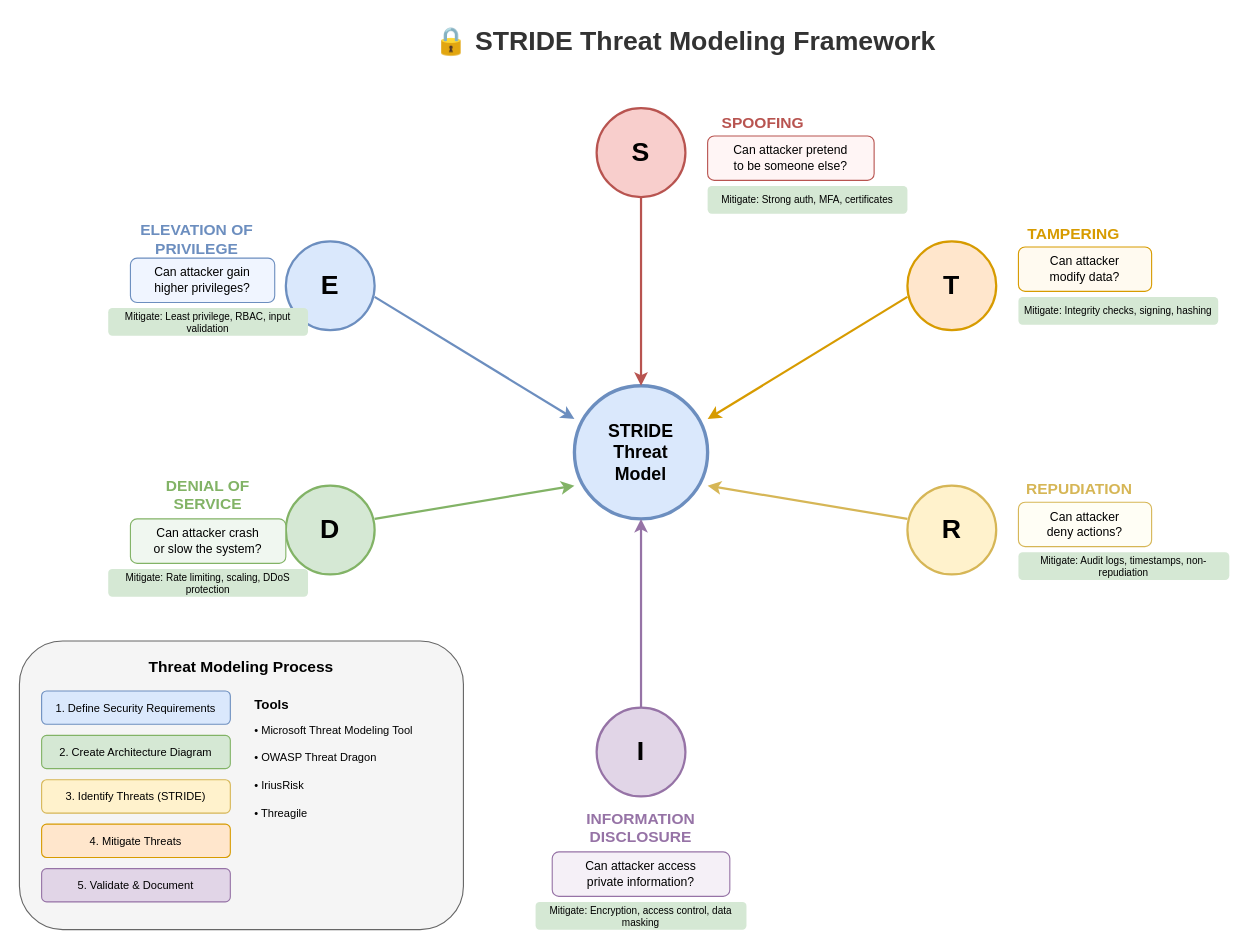
The draw.io diagram lesson-06-security/diagrams/1.2-stride-threat-model.drawio in MrParkerZ7/document-lesson-software-architect-x-claude, before the edit. Source tidied: cells renumbered, new cells numbered last; positions are measured from the earlier drawing's top-left corner, leaving out a move shared by most shapes. Both pictures are drawn from the tidied source at 111%, with x=0, y=0 at pixel (19, 19).
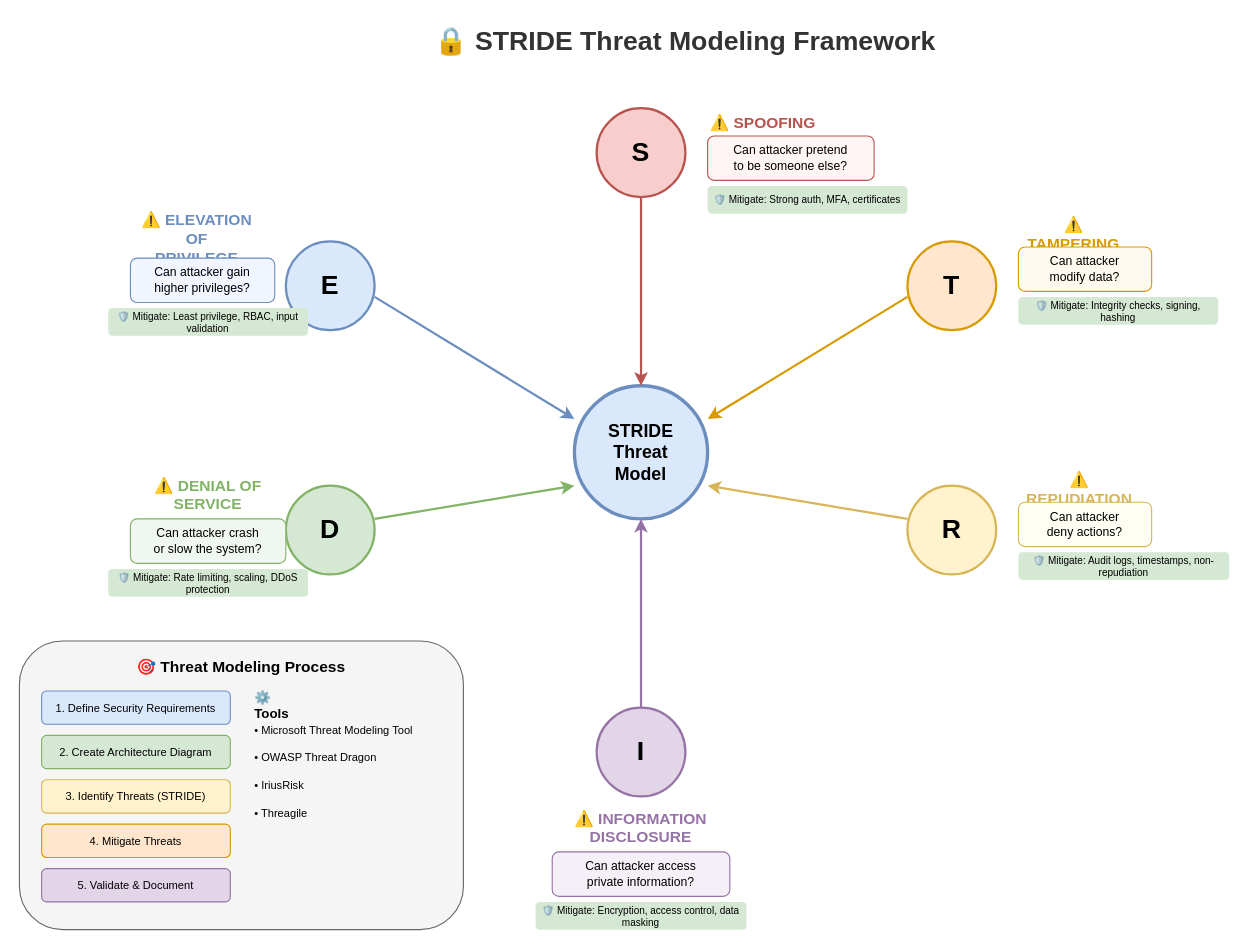
The same diagram, later.

What changed in the source:
```diff
@@
-    <mxCell id="5" value="SPOOFING" style="text;html=1;strokeColor=none;fillColor=none;align=center;verticalAlign=middle;whiteSpace=wrap;rounded=0;fontSize=14;fontStyle=1;fontColor=#b85450;" parent="1" vertex="1">
+    <mxCell id="5" value="⚠️ SPOOFING" style="text;html=1;strokeColor=none;fillColor=none;align=center;verticalAlign=middle;whiteSpace=wrap;rounded=0;fontSize=14;fontStyle=1;fontColor=#b85450;" parent="1" vertex="1">
       <mxGeometry x="620" y="80" width="100" height="25" as="geometry" />
     </mxCell>
@@
-    <mxCell id="7" value="Mitigate: Strong auth, MFA, certificates" style="text;html=1;strokeColor=none;fillColor=#d5e8d4;align=center;verticalAlign=middle;whiteSpace=wrap;rounded=1;fontSize=9;" parent="1" vertex="1">
+    <mxCell id="7" value="🛡️ Mitigate: Strong auth, MFA, certificates" style="text;html=1;strokeColor=none;fillColor=#d5e8d4;align=center;verticalAlign=middle;whiteSpace=wrap;rounded=1;fontSize=9;" parent="1" vertex="1">
       <mxGeometry x="620" y="150" width="180" height="25" as="geometry" />
     </mxCell>
@@
-    <mxCell id="10" value="TAMPERING" style="text;html=1;strokeColor=none;fillColor=none;align=center;verticalAlign=middle;whiteSpace=wrap;rounded=0;fontSize=14;fontStyle=1;fontColor=#d79b00;" parent="1" vertex="1">
+    <mxCell id="10" value="⚠️ TAMPERING" style="text;html=1;strokeColor=none;fillColor=none;align=center;verticalAlign=middle;whiteSpace=wrap;rounded=0;fontSize=14;fontStyle=1;fontColor=#d79b00;" parent="1" vertex="1">
       <mxGeometry x="900" y="180" width="100" height="25" as="geometry" />
     </mxCell>
@@
-    <mxCell id="12" value="Mitigate: Integrity checks, signing, hashing" style="text;html=1;strokeColor=none;fillColor=#d5e8d4;align=center;verticalAlign=middle;whiteSpace=wrap;rounded=1;fontSize=9;" parent="1" vertex="1">
+    <mxCell id="12" value="🛡️ Mitigate: Integrity checks, signing, hashing" style="text;html=1;strokeColor=none;fillColor=#d5e8d4;align=center;verticalAlign=middle;whiteSpace=wrap;rounded=1;fontSize=9;" parent="1" vertex="1">
       <mxGeometry x="900" y="250" width="180" height="25" as="geometry" />
     </mxCell>
@@
-    <mxCell id="15" value="REPUDIATION" style="text;html=1;strokeColor=none;fillColor=none;align=center;verticalAlign=middle;whiteSpace=wrap;rounded=0;fontSize=14;fontStyle=1;fontColor=#d6b656;" parent="1" vertex="1">
+    <mxCell id="15" value="⚠️ REPUDIATION" style="text;html=1;strokeColor=none;fillColor=none;align=center;verticalAlign=middle;whiteSpace=wrap;rounded=0;fontSize=14;fontStyle=1;fontColor=#d6b656;" parent="1" vertex="1">
       <mxGeometry x="900" y="410" width="110" height="25" as="geometry" />
     </mxCell>
@@
-    <mxCell id="17" value="Mitigate: Audit logs, timestamps, non-repudiation" style="text;html=1;strokeColor=none;fillColor=#d5e8d4;align=center;verticalAlign=middle;whiteSpace=wrap;rounded=1;fontSize=9;" parent="1" vertex="1">
+    <mxCell id="17" value="🛡️ Mitigate: Audit logs, timestamps, non-repudiation" style="text;html=1;strokeColor=none;fillColor=#d5e8d4;align=center;verticalAlign=middle;whiteSpace=wrap;rounded=1;fontSize=9;" parent="1" vertex="1">
       <mxGeometry x="900" y="480" width="190" height="25" as="geometry" />
     </mxCell>
@@
-    <mxCell id="20" value="INFORMATION&#10;DISCLOSURE" style="text;html=1;strokeColor=none;fillColor=none;align=center;verticalAlign=middle;whiteSpace=wrap;rounded=0;fontSize=14;fontStyle=1;fontColor=#9673a6;" parent="1" vertex="1">
+    <mxCell id="20" value="⚠️ INFORMATION&#10;DISCLOSURE" style="text;html=1;strokeColor=none;fillColor=none;align=center;verticalAlign=middle;whiteSpace=wrap;rounded=0;fontSize=14;fontStyle=1;fontColor=#9673a6;" parent="1" vertex="1">
       <mxGeometry x="490" y="710" width="140" height="35" as="geometry" />
     </mxCell>
@@
-    <mxCell id="22" value="Mitigate: Encryption, access control, data masking" style="text;html=1;strokeColor=none;fillColor=#d5e8d4;align=center;verticalAlign=middle;whiteSpace=wrap;rounded=1;fontSize=9;" parent="1" vertex="1">
+    <mxCell id="22" value="🛡️ Mitigate: Encryption, access control, data masking" style="text;html=1;strokeColor=none;fillColor=#d5e8d4;align=center;verticalAlign=middle;whiteSpace=wrap;rounded=1;fontSize=9;" parent="1" vertex="1">
       <mxGeometry x="465" y="795" width="190" height="25" as="geometry" />
     </mxCell>
@@
-    <mxCell id="25" value="DENIAL OF&#10;SERVICE" style="text;html=1;strokeColor=none;fillColor=none;align=center;verticalAlign=middle;whiteSpace=wrap;rounded=0;fontSize=14;fontStyle=1;fontColor=#82b366;" parent="1" vertex="1">
+    <mxCell id="25" value="⚠️ DENIAL OF&#10;SERVICE" style="text;html=1;strokeColor=none;fillColor=none;align=center;verticalAlign=middle;whiteSpace=wrap;rounded=0;fontSize=14;fontStyle=1;fontColor=#82b366;" parent="1" vertex="1">
       <mxGeometry x="120" y="410" width="100" height="35" as="geometry" />
     </mxCell>
@@
-    <mxCell id="27" value="Mitigate: Rate limiting, scaling, DDoS protection" style="text;html=1;strokeColor=none;fillColor=#d5e8d4;align=center;verticalAlign=middle;whiteSpace=wrap;rounded=1;fontSize=9;" parent="1" vertex="1">
+    <mxCell id="27" value="🛡️ Mitigate: Rate limiting, scaling, DDoS protection" style="text;html=1;strokeColor=none;fillColor=#d5e8d4;align=center;verticalAlign=middle;whiteSpace=wrap;rounded=1;fontSize=9;" parent="1" vertex="1">
       <mxGeometry x="80" y="495" width="180" height="25" as="geometry" />
     </mxCell>
@@
-    <mxCell id="30" value="ELEVATION OF&#10;PRIVILEGE" style="text;html=1;strokeColor=none;fillColor=none;align=center;verticalAlign=middle;whiteSpace=wrap;rounded=0;fontSize=14;fontStyle=1;fontColor=#6c8ebf;" parent="1" vertex="1">
+    <mxCell id="30" value="⚠️ ELEVATION OF&#10;PRIVILEGE" style="text;html=1;strokeColor=none;fillColor=none;align=center;verticalAlign=middle;whiteSpace=wrap;rounded=0;fontSize=14;fontStyle=1;fontColor=#6c8ebf;" parent="1" vertex="1">
       <mxGeometry x="100" y="180" width="120" height="35" as="geometry" />
     </mxCell>
@@
-    <mxCell id="32" value="Mitigate: Least privilege, RBAC, input validation" style="text;html=1;strokeColor=none;fillColor=#d5e8d4;align=center;verticalAlign=middle;whiteSpace=wrap;rounded=1;fontSize=9;" parent="1" vertex="1">
+    <mxCell id="32" value="🛡️ Mitigate: Least privilege, RBAC, input validation" style="text;html=1;strokeColor=none;fillColor=#d5e8d4;align=center;verticalAlign=middle;whiteSpace=wrap;rounded=1;fontSize=9;" parent="1" vertex="1">
       <mxGeometry x="80" y="260" width="180" height="25" as="geometry" />
     </mxCell>
@@
-    <mxCell id="35" value="Threat Modeling Process" style="text;html=1;strokeColor=none;fillColor=none;align=center;verticalAlign=middle;whiteSpace=wrap;rounded=0;fontSize=14;fontStyle=1;" parent="1" vertex="1">
+    <mxCell id="35" value="🎯 Threat Modeling Process" style="text;html=1;strokeColor=none;fillColor=none;align=center;verticalAlign=middle;whiteSpace=wrap;rounded=0;fontSize=14;fontStyle=1;" parent="1" vertex="1">
       <mxGeometry x="100" y="570" width="200" height="25" as="geometry" />
     </mxCell>
@@
-    <mxCell id="41" value="Tools" style="text;html=1;strokeColor=none;fillColor=none;align=left;verticalAlign=middle;whiteSpace=wrap;rounded=0;fontSize=12;fontStyle=1;" parent="1" vertex="1">
+    <mxCell id="41" value="⚙️ Tools" style="text;html=1;strokeColor=none;fillColor=none;align=left;verticalAlign=middle;whiteSpace=wrap;rounded=0;fontSize=12;fontStyle=1;" parent="1" vertex="1">
       <mxGeometry x="210" y="605" width="50" height="25" as="geometry" />
     </mxCell>
```
